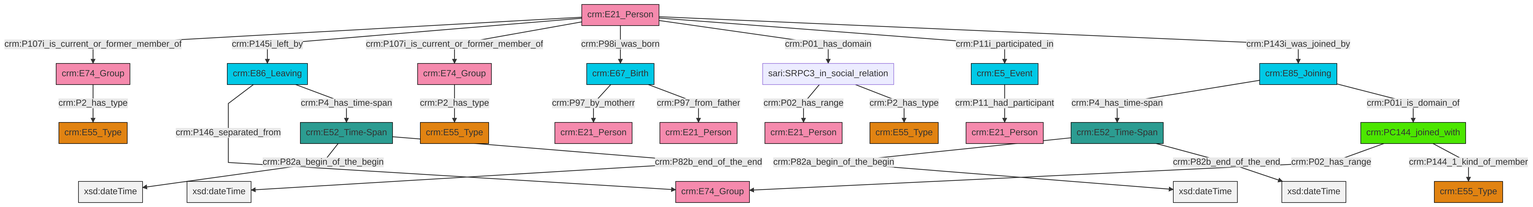
Above: et/personCSV/ttl/mmd/png/Person_Actor_Relations.png in swiss-art-research-net/docs.swissartresearch (Mermaid), before the change. Its source is kept beside it as et/personCSV/ttl/mmd/Person_Actor_Relations.ttl.mmd.
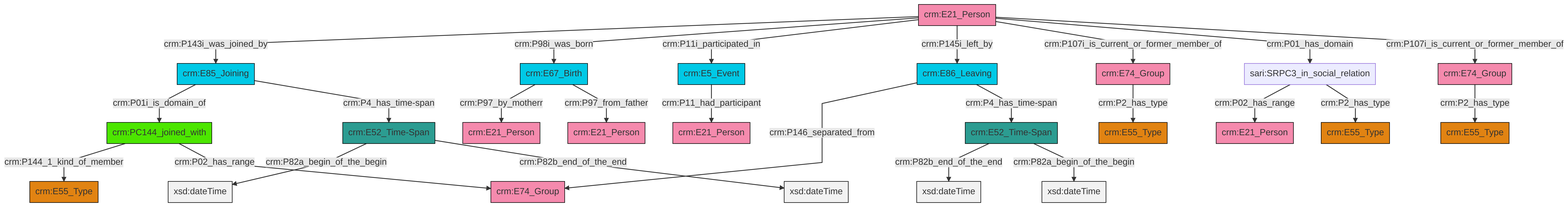
The same diagram one commit later.

Change to the diagram source:
```diff
@@ -13,27 +13,27 @@
 classDef PC_Classes fill:#4ce600, stroke:#000000;
 classDef Multi fill:#cccccc,stroke:#000000;
 
-0["crm:PC144_joined_with"]:::PC_Classes -->|crm:P02_has_range| 1["crm:E74_Group"]:::Actor
-2["crm:E86_Leaving"]:::Temporal_Entity -->|crm:P146_separated_from| 1["crm:E74_Group"]:::Actor
-3["crm:E21_Person"]:::Actor -->|crm:P107i_is_current_or_former_member_of| 4["crm:E74_Group"]:::Actor
-8["crm:E52_Time-Span"]:::Time-Span -->|crm:P82a_begin_of_the_begin| 9[xsd:dateTime]:::Literal
-10["crm:E5_Event"]:::Temporal_Entity -->|crm:P11_had_participant| 11["crm:E21_Person"]:::Actor
-3["crm:E21_Person"]:::Actor -->|crm:P145i_left_by| 2["crm:E86_Leaving"]:::Temporal_Entity
-2["crm:E86_Leaving"]:::Temporal_Entity -->|crm:P4_has_time-span| 16["crm:E52_Time-Span"]:::Time-Span
-16["crm:E52_Time-Span"]:::Time-Span -->|crm:P82a_begin_of_the_begin| 19[xsd:dateTime]:::Literal
-8["crm:E52_Time-Span"]:::Time-Span -->|crm:P82b_end_of_the_end| 20[xsd:dateTime]:::Literal
-0["crm:PC144_joined_with"]:::PC_Classes -->|crm:P144_1_kind_of_member| 17["crm:E55_Type"]:::Type
-27["crm:E67_Birth"]:::Temporal_Entity -->|crm:P97_by_motherr| 14["crm:E21_Person"]:::Actor
-3["crm:E21_Person"]:::Actor -->|crm:P107i_is_current_or_former_member_of| 33["crm:E74_Group"]:::Actor
-3["crm:E21_Person"]:::Actor -->|crm:P98i_was_born| 27["crm:E67_Birth"]:::Temporal_Entity
-33["crm:E74_Group"]:::Actor -->|crm:P2_has_type| 12["crm:E55_Type"]:::Type
-3["crm:E21_Person"]:::Actor -->|crm:P01_has_domain| 30["sari:SRPC3_in_social_relation"]:::Default
-3["crm:E21_Person"]:::Actor -->|crm:P11i_participated_in| 10["crm:E5_Event"]:::Temporal_Entity
-30["sari:SRPC3_in_social_relation"]:::Default -->|crm:P02_has_range| 24["crm:E21_Person"]:::Actor
-16["crm:E52_Time-Span"]:::Time-Span -->|crm:P82b_end_of_the_end| 39[xsd:dateTime]:::Literal
-6["crm:E85_Joining"]:::Temporal_Entity -->|crm:P4_has_time-span| 8["crm:E52_Time-Span"]:::Time-Span
-27["crm:E67_Birth"]:::Temporal_Entity -->|crm:P97_from_father| 28["crm:E21_Person"]:::Actor
-4["crm:E74_Group"]:::Actor -->|crm:P2_has_type| 21["crm:E55_Type"]:::Type
-6["crm:E85_Joining"]:::Temporal_Entity -->|crm:P01i_is_domain_of| 0["crm:PC144_joined_with"]:::PC_Classes
-3["crm:E21_Person"]:::Actor -->|crm:P143i_was_joined_by| 6["crm:E85_Joining"]:::Temporal_Entity
-30["sari:SRPC3_in_social_relation"]:::Default -->|crm:P2_has_type| 42["crm:E55_Type"]:::Type
+2["sari:SRPC3_in_social_relation"]:::Default -->|crm:P02_has_range| 3["crm:E21_Person"]:::Actor
+10["crm:E21_Person"]:::Actor -->|crm:P143i_was_joined_by| 11["crm:E85_Joining"]:::Temporal_Entity
+12["crm:E74_Group"]:::Actor -->|crm:P2_has_type| 13["crm:E55_Type"]:::Type
+10["crm:E21_Person"]:::Actor -->|crm:P98i_was_born| 15["crm:E67_Birth"]:::Temporal_Entity
+11["crm:E85_Joining"]:::Temporal_Entity -->|crm:P01i_is_domain_of| 16["crm:PC144_joined_with"]:::PC_Classes
+10["crm:E21_Person"]:::Actor -->|crm:P11i_participated_in| 17["crm:E5_Event"]:::Temporal_Entity
+10["crm:E21_Person"]:::Actor -->|crm:P145i_left_by| 8["crm:E86_Leaving"]:::Temporal_Entity
+8["crm:E86_Leaving"]:::Temporal_Entity -->|crm:P146_separated_from| 4["crm:E74_Group"]:::Actor
+17["crm:E5_Event"]:::Temporal_Entity -->|crm:P11_had_participant| 0["crm:E21_Person"]:::Actor
+15["crm:E67_Birth"]:::Temporal_Entity -->|crm:P97_by_motherr| 20["crm:E21_Person"]:::Actor
+6["crm:E52_Time-Span"]:::Time-Span -->|crm:P82a_begin_of_the_begin| 21[xsd:dateTime]:::Literal
+18["crm:E52_Time-Span"]:::Time-Span -->|crm:P82b_end_of_the_end| 22[xsd:dateTime]:::Literal
+10["crm:E21_Person"]:::Actor -->|crm:P107i_is_current_or_former_member_of| 12["crm:E74_Group"]:::Actor
+16["crm:PC144_joined_with"]:::PC_Classes -->|crm:P144_1_kind_of_member| 23["crm:E55_Type"]:::Type
+18["crm:E52_Time-Span"]:::Time-Span -->|crm:P82a_begin_of_the_begin| 26[xsd:dateTime]:::Literal
+6["crm:E52_Time-Span"]:::Time-Span -->|crm:P82b_end_of_the_end| 27[xsd:dateTime]:::Literal
+16["crm:PC144_joined_with"]:::PC_Classes -->|crm:P02_has_range| 4["crm:E74_Group"]:::Actor
+10["crm:E21_Person"]:::Actor -->|crm:P01_has_domain| 2["sari:SRPC3_in_social_relation"]:::Default
+8["crm:E86_Leaving"]:::Temporal_Entity -->|crm:P4_has_time-span| 18["crm:E52_Time-Span"]:::Time-Span
+30["crm:E74_Group"]:::Actor -->|crm:P2_has_type| 32["crm:E55_Type"]:::Type
+11["crm:E85_Joining"]:::Temporal_Entity -->|crm:P4_has_time-span| 6["crm:E52_Time-Span"]:::Time-Span
+15["crm:E67_Birth"]:::Temporal_Entity -->|crm:P97_from_father| 39["crm:E21_Person"]:::Actor
+2["sari:SRPC3_in_social_relation"]:::Default -->|crm:P2_has_type| 33["crm:E55_Type"]:::Type
+10["crm:E21_Person"]:::Actor -->|crm:P107i_is_current_or_former_member_of| 30["crm:E74_Group"]:::Actor
```
